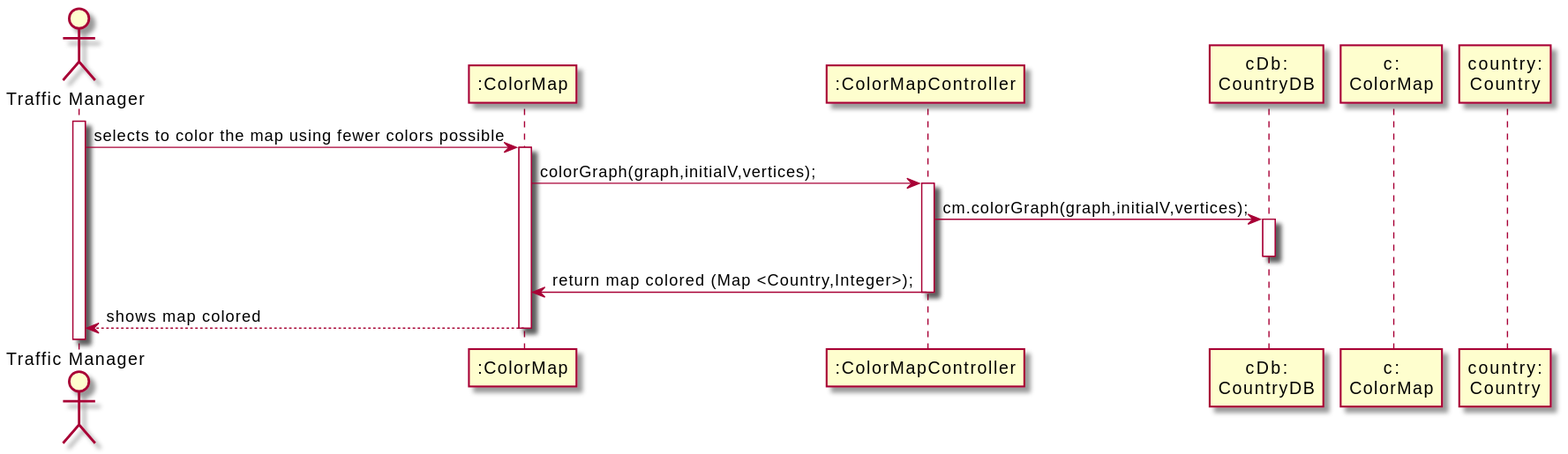
RuiRioPina/CargoMaster keeps this PlantUML diagram as docs/Sprint3/US302/US302_SD.svg. Above is the earlier version. Its diagram source:
```plantuml
@startuml
actor "Traffic Manager" as TM
participant ":ColorMap" as POS
participant ":ColorMapController" as CTRL
participant "cDb:\nCountryDB" as STORE
participant "c:\nColorMap" as c
participant "country:\nCountry" as country


activate TM
TM-> POS : selects to color the map using fewer colors possible
activate POS
POS -> CTRL  : colorGraph(graph,initialV,vertices);
activate CTRL
CTRL -> STORE : cm.colorGraph(graph,initialV,vertices);
activate STORE
deactivate STORE
CTRL-> POS : return map colored (Map <Country,Integer>);
deactivate CTRL
POS --> TM : shows map colored
deactivate POS
@enduml
```
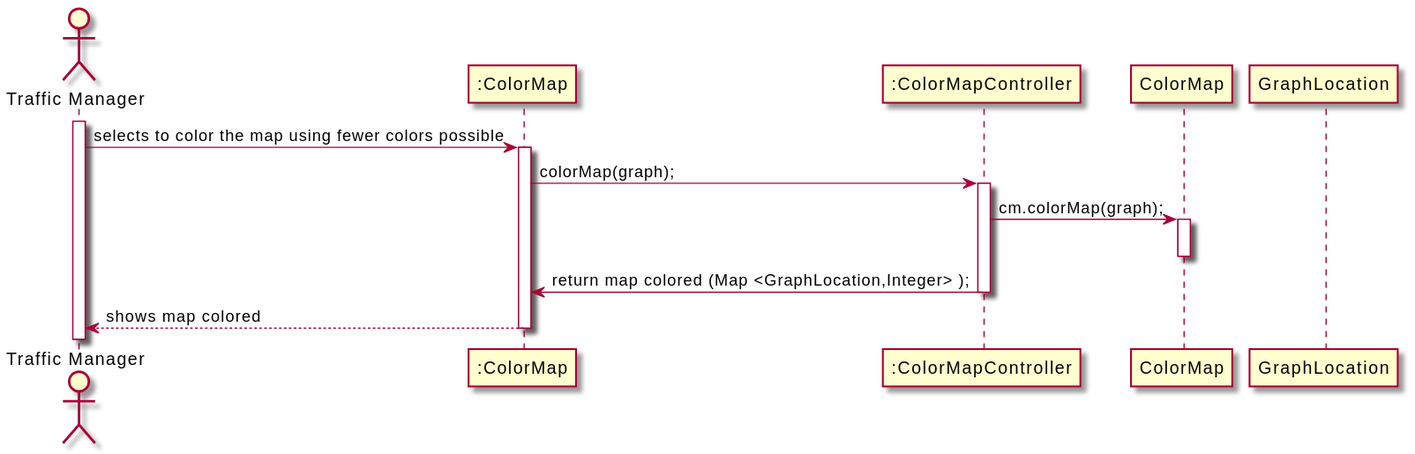
The same diagram one commit later.

Commit message:
<G76-162> #time 1h  #comment US302 Class Diagram, SequenceDiagram and Domain Model (docs) update

The edit, as a diff of the source:
```diff
@@ -2,20 +2,18 @@
 actor "Traffic Manager" as TM
 participant ":ColorMap" as POS
 participant ":ColorMapController" as CTRL
-participant "cDb:\nCountryDB" as STORE
-participant "c:\nColorMap" as c
-participant "country:\nCountry" as country
-
+participant "ColorMap" as STORE
+participant "GraphLocation" as Country
 
 activate TM
 TM-> POS : selects to color the map using fewer colors possible
 activate POS
-POS -> CTRL  : colorGraph(graph,initialV,vertices);
+POS -> CTRL  : colorMap(graph);
 activate CTRL
-CTRL -> STORE : cm.colorGraph(graph,initialV,vertices);
+CTRL -> STORE : cm.colorMap(graph);
 activate STORE
 deactivate STORE
-CTRL-> POS : return map colored (Map <Country,Integer>);
+CTRL-> POS : return map colored (Map <GraphLocation,Integer> );
 deactivate CTRL
 POS --> TM : shows map colored
 deactivate POS
```
